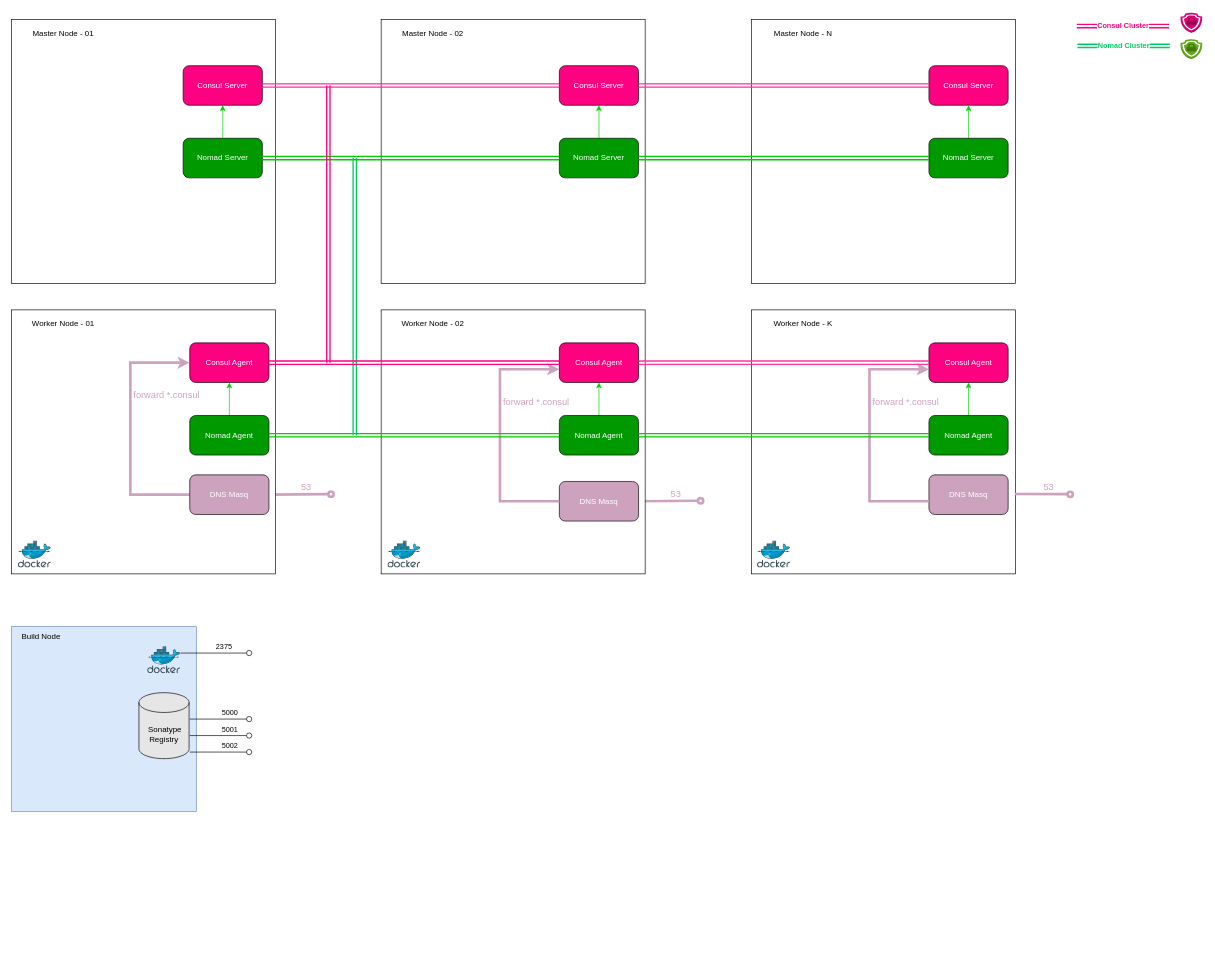
Before: docs/images/Architecture.drawio in suikast42/nomadder, a draw.io diagram. Source tidied: cells renumbered, new cells numbered last; positions are measured from the earlier drawing's top-left corner, leaving out a move shared by most shapes. Both pictures are drawn from the tidied source at 66%, with x=0, y=0 at pixel (11, 13).
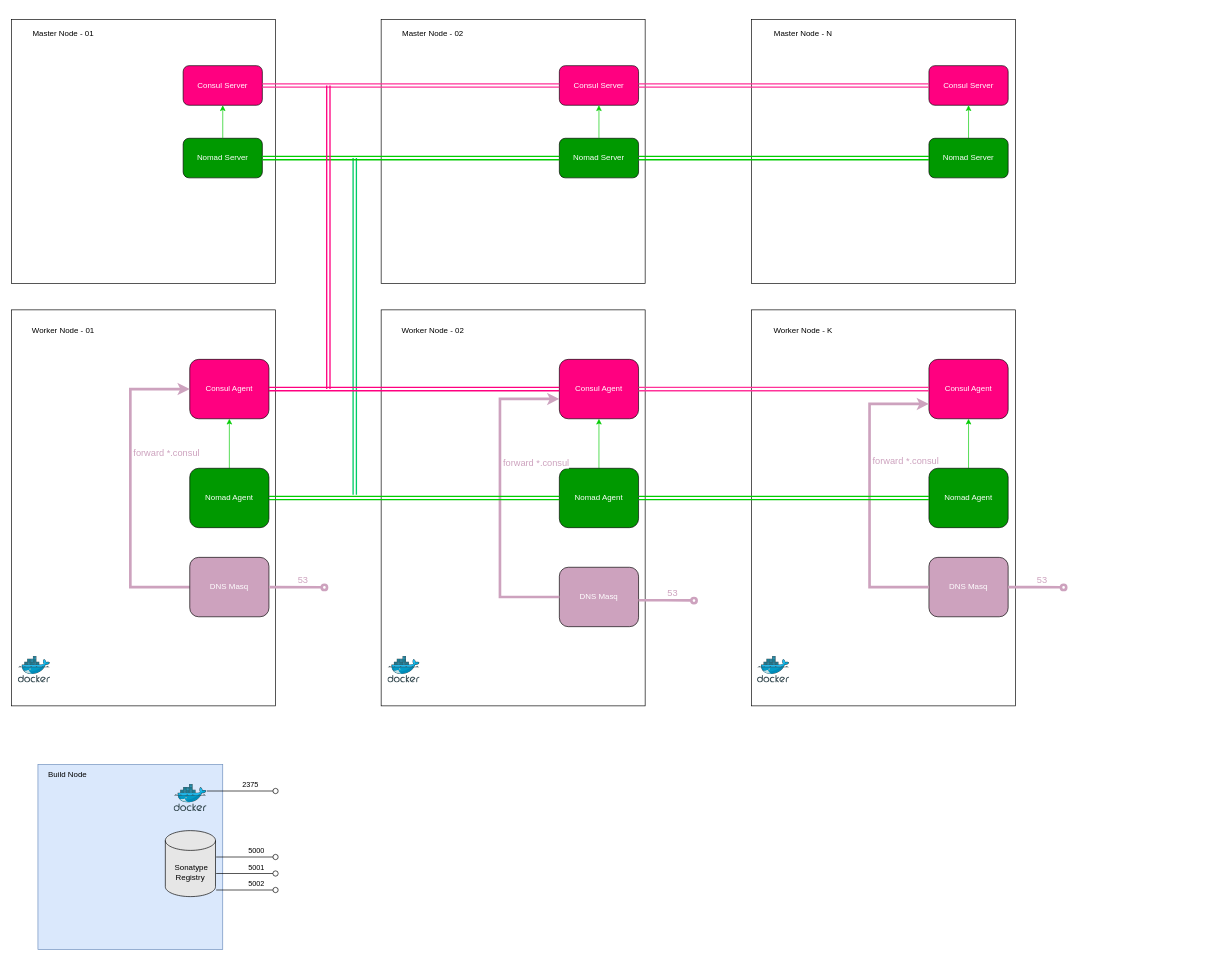
The same diagram, later.

Change to the diagram source:
```diff
@@
-    <mxCell id="2" style="group;fillColor=#E6E6E6;" parent="1" vertex="1">
-      <mxGeometry y="930" width="280" height="280" as="geometry" />
-    </mxCell>
-    <mxCell id="3" style="whiteSpace=wrap;html=1;fillColor=#dae8fc;strokeColor=#6c8ebf;" parent="2" vertex="1">
-      <mxGeometry width="280" height="280" as="geometry" />
-    </mxCell>
-    <mxCell id="4" value="Build Node" style="text;html=1;strokeColor=none;fillColor=none;align=center;verticalAlign=middle;whiteSpace=wrap;rounded=0;" parent="2" vertex="1">
-      <mxGeometry width="90" height="30" as="geometry" />
-    </mxCell>
-    <mxCell id="5" style="sketch=0;html=1;align=center;image;fontSize=12;image=img/lib/mscae/Docker.svg;labelPosition=center;verticalLabelPosition=top;verticalAlign=bottom;labelBackgroundColor=none;" parent="2" vertex="1">
-      <mxGeometry x="206" y="30" width="50" height="41" as="geometry" />
-    </mxCell>
-    <mxCell id="6" value="&lt;span style=&quot;background-color: initial;&quot;&gt;&amp;nbsp;Sonatype Registry&lt;/span&gt;" style="shape=cylinder3;whiteSpace=wrap;html=1;boundedLbl=1;backgroundOutline=1;size=15;labelBackgroundColor=none;fontColor=none;fillColor=#E6E6E6;" parent="2" vertex="1">
-      <mxGeometry x="193" y="100" width="76" height="100" as="geometry" />
-    </mxCell>
-    <mxCell id="7" value="2375" style="html=1;verticalAlign=bottom;labelBackgroundColor=none;endArrow=oval;endFill=0;endSize=8;rounded=0;fontColor=none;align=left;" parent="1" edge="1">
-      <mxGeometry relative="1" as="geometry">
-        <mxPoint x="256" y="970" as="sourcePoint" />
-        <mxPoint x="360" y="970" as="targetPoint" />
-      </mxGeometry>
-    </mxCell>
-    <mxCell id="8" value="5000" style="html=1;verticalAlign=bottom;labelBackgroundColor=none;endArrow=oval;endFill=0;endSize=8;rounded=0;fontColor=none;align=left;" parent="1" edge="1">
-      <mxGeometry x="0.05" relative="1" as="geometry">
-        <mxPoint x="270" y="1070" as="sourcePoint" />
-        <mxPoint x="360" y="1070" as="targetPoint" />
-      </mxGeometry>
-    </mxCell>
-    <mxCell id="9" value="5001" style="html=1;verticalAlign=bottom;labelBackgroundColor=none;endArrow=oval;endFill=0;endSize=8;rounded=0;fontColor=none;align=left;" parent="1" edge="1">
-      <mxGeometry x="0.05" relative="1" as="geometry">
-        <mxPoint x="270" y="1095" as="sourcePoint" />
-        <mxPoint x="360" y="1095" as="targetPoint" />
-      </mxGeometry>
-    </mxCell>
-    <mxCell id="10" value="5002" style="html=1;verticalAlign=bottom;labelBackgroundColor=none;endArrow=oval;endFill=0;endSize=8;rounded=0;fontColor=none;align=left;" parent="1" edge="1">
-      <mxGeometry x="0.05" relative="1" as="geometry">
-        <mxPoint x="270" y="1120" as="sourcePoint" />
-        <mxPoint x="360" y="1120" as="targetPoint" />
-      </mxGeometry>
-    </mxCell>
-    <mxCell id="11" style="group;" parent="1" vertex="1">
-      <mxGeometry x="80" y="330" width="1724" height="690" as="geometry" />
-    </mxCell>
-    <mxCell id="12" style="group;" parent="11" vertex="1">
-      <mxGeometry x="1534" y="-330" width="190" height="70" as="geometry" />
-    </mxCell>
-    <mxCell id="13" value="&lt;b&gt;Consul Cluster&lt;/b&gt;" style="endArrow=classic;startArrow=classic;html=1;rounded=0;strokeColor=#FF0080;strokeWidth=2;fontColor=#FF0080;shape=link;" parent="12" edge="1">
-      <mxGeometry relative="1" as="geometry">
-        <mxPoint y="20" as="sourcePoint" />
-        <mxPoint x="140" y="20" as="targetPoint" />
-      </mxGeometry>
-    </mxCell>
-    <mxCell id="14" value="&lt;b&gt;Nomad Cluster&lt;/b&gt;" style="endArrow=classic;startArrow=classic;html=1;rounded=0;strokeColor=#00CC66;strokeWidth=2;fontColor=#00CC66;shape=link;" parent="12" edge="1">
-      <mxGeometry relative="1" as="geometry">
-        <mxPoint x="1" y="50" as="sourcePoint" />
-        <mxPoint x="141" y="50" as="targetPoint" />
-      </mxGeometry>
-    </mxCell>
-    <mxCell id="15" style="dashed=0;verticalLabelPosition=bottom;verticalAlign=top;align=center;html=1;shape=mxgraph.aws3.ssl_padlock;labelBackgroundColor=none;strokeWidth=5;fillColor=#d80073;strokeColor=#A50040;fontColor=#ffffff;" parent="12" vertex="1">
-      <mxGeometry x="157" width="33" height="30" as="geometry" />
-    </mxCell>
-    <mxCell id="16" style="dashed=0;verticalLabelPosition=bottom;verticalAlign=top;align=center;html=1;shape=mxgraph.aws3.ssl_padlock;fillColor=#60a917;labelBackgroundColor=#FFFFCC;strokeColor=#2D7600;strokeWidth=5;fontColor=#ffffff;" parent="12" vertex="1">
-      <mxGeometry x="157" y="40" width="33" height="30" as="geometry" />
-    </mxCell>
-    <mxCell id="17" value="53" style="html=1;verticalAlign=bottom;labelBackgroundColor=none;endArrow=oval;endFill=0;endSize=8;rounded=0;fontColor=#CDA2BE;align=left;exitX=1;exitY=0.5;exitDx=0;exitDy=0;strokeColor=#CDA2BE;strokeWidth=4;fontSize=14;" parent="11" edge="1" source="28">
-      <mxGeometry relative="1" as="geometry">
-        <mxPoint x="404" y="399.2" as="targetPoint" />
-      </mxGeometry>
-    </mxCell>
-    <mxCell id="18" value="53" style="html=1;verticalAlign=bottom;labelBackgroundColor=none;endArrow=oval;endFill=0;endSize=8;rounded=0;fontColor=#CDA2BE;align=left;exitX=1;exitY=0.5;exitDx=0;exitDy=0;strokeColor=#CDA2BE;strokeWidth=4;fontSize=14;" parent="11" edge="1">
-      <mxGeometry relative="1" as="geometry">
-        <mxPoint x="870" y="410" as="sourcePoint" />
-        <mxPoint x="964" y="409.2" as="targetPoint" />
-      </mxGeometry>
-    </mxCell>
     <mxCell id="19" style="group;labelBackgroundColor=none;fillColor=none;" parent="1" vertex="1">
-      <mxGeometry y="450" width="400" height="400" as="geometry" />
+      <mxGeometry y="450" width="400" height="600" as="geometry" />
     </mxCell>
     <mxCell id="20" style="whiteSpace=wrap;html=1;" parent="19" vertex="1">
-      <mxGeometry width="400" height="400" as="geometry" />
+      <mxGeometry width="400" height="600" as="geometry" />
     </mxCell>
     <mxCell id="21" value="Worker Node - 01" style="text;html=1;strokeColor=none;fillColor=none;align=center;verticalAlign=middle;whiteSpace=wrap;rounded=0;" parent="19" vertex="1">
-      <mxGeometry width="157.1" height="42.9" as="geometry" />
+      <mxGeometry width="157.1" height="64.3" as="geometry" />
     </mxCell>
     <mxCell id="22" style="sketch=0;html=1;align=center;image;fontSize=12;image=img/lib/mscae/Docker.svg;labelPosition=center;verticalLabelPosition=top;verticalAlign=bottom;labelBackgroundColor=none;" parent="19" vertex="1">
-      <mxGeometry x="10" y="350" width="50" height="41" as="geometry" />
+      <mxGeometry x="10" y="525" width="48.8" height="40" as="geometry" />
     </mxCell>
     <mxCell id="23" value="Consul Agent" style="rounded=1;whiteSpace=wrap;html=1;labelBackgroundColor=none;fontColor=#FFFFFF;fillColor=#FF0080;" parent="19" vertex="1">
-      <mxGeometry x="270" y="50" width="120" height="60" as="geometry" />
+      <mxGeometry x="270" y="75" width="120" height="90" as="geometry" />
     </mxCell>
@@
     <mxCell id="25" value="Nomad Agent" style="rounded=1;whiteSpace=wrap;html=1;labelBackgroundColor=none;fontColor=#FFFFFF;fillColor=#009900;" parent="19" vertex="1">
-      <mxGeometry x="270" y="160" width="120" height="60" as="geometry" />
+      <mxGeometry x="270" y="240" width="120" height="90" as="geometry" />
     </mxCell>
     <mxCell id="26" style="edgeStyle=orthogonalEdgeStyle;rounded=0;jettySize=auto;html=1;entryX=0;entryY=0.5;entryDx=0;entryDy=0;labelBackgroundColor=default;strokeColor=#CDA2BE;strokeWidth=4;fontColor=#CDA2BE;" parent="19" edge="1" source="28" target="23">
       <mxGeometry relative="1" as="geometry">
         <Array as="points">
-          <mxPoint x="180" y="280" />
-          <mxPoint x="180" y="80" />
+          <mxPoint x="180" y="420" />
+          <mxPoint x="180" y="120" />
         </Array>
       </mxGeometry>
     </mxCell>
@@
     <mxCell id="28" value="DNS Masq" style="rounded=1;whiteSpace=wrap;html=1;labelBackgroundColor=none;fontColor=#FFFFFF;fillColor=#CDA2BE;" parent="19" vertex="1">
-      <mxGeometry x="270" y="250" width="120" height="60" as="geometry" />
+      <mxGeometry x="270" y="375" width="120" height="90" as="geometry" />
     </mxCell>
@@
     <mxCell id="41" style="group;" parent="1" vertex="1">
-      <mxGeometry x="560" y="450" width="400" height="400" as="geometry" />
+      <mxGeometry x="560" y="450" width="400" height="600" as="geometry" />
     </mxCell>
     <mxCell id="42" style="whiteSpace=wrap;html=1;" parent="41" vertex="1">
-      <mxGeometry width="400" height="400" as="geometry" />
+      <mxGeometry width="400" height="600" as="geometry" />
     </mxCell>
     <mxCell id="43" value="Worker Node - 02" style="text;html=1;strokeColor=none;fillColor=none;align=center;verticalAlign=middle;whiteSpace=wrap;rounded=0;" parent="41" vertex="1">
-      <mxGeometry width="157.1" height="42.9" as="geometry" />
+      <mxGeometry width="157.1" height="64.3" as="geometry" />
     </mxCell>
     <mxCell id="44" style="sketch=0;html=1;align=center;image;fontSize=12;image=img/lib/mscae/Docker.svg;labelPosition=center;verticalLabelPosition=top;verticalAlign=bottom;labelBackgroundColor=none;" parent="41" vertex="1">
-      <mxGeometry x="10" y="350" width="50" height="41" as="geometry" />
+      <mxGeometry x="10" y="525" width="48.8" height="40" as="geometry" />
     </mxCell>
     <mxCell id="45" value="Consul Agent" style="rounded=1;whiteSpace=wrap;html=1;labelBackgroundColor=none;fontColor=#FFFFFF;fillColor=#FF0080;" parent="41" vertex="1">
-      <mxGeometry x="270" y="50" width="120" height="60" as="geometry" />
+      <mxGeometry x="270" y="75" width="120" height="90" as="geometry" />
     </mxCell>
@@
     <mxCell id="47" value="Nomad Agent" style="rounded=1;whiteSpace=wrap;html=1;labelBackgroundColor=none;fontColor=#FFFFFF;fillColor=#009900;" parent="41" vertex="1">
-      <mxGeometry x="270" y="160" width="120" height="60" as="geometry" />
+      <mxGeometry x="270" y="240" width="120" height="90" as="geometry" />
     </mxCell>
     <mxCell id="48" value="DNS Masq" style="rounded=1;whiteSpace=wrap;html=1;labelBackgroundColor=none;fontColor=#FFFFFF;fillColor=#CDA2BE;" parent="41" vertex="1">
-      <mxGeometry x="270" y="260" width="120" height="60" as="geometry" />
+      <mxGeometry x="270" y="390" width="120" height="90" as="geometry" />
     </mxCell>
     <mxCell id="49" style="edgeStyle=orthogonalEdgeStyle;rounded=0;orthogonalLoop=1;jettySize=auto;html=1;entryX=0;entryY=0.5;entryDx=0;entryDy=0;labelBackgroundColor=default;strokeColor=#CDA2BE;strokeWidth=4;fontColor=#CDA2BE;" parent="41" edge="1">
       <mxGeometry relative="1" as="geometry">
-        <mxPoint x="270" y="290" as="sourcePoint" />
-        <mxPoint x="270" y="90" as="targetPoint" />
+        <mxPoint x="270" y="435.1" as="sourcePoint" />
+        <mxPoint x="270" y="134.9" as="targetPoint" />
         <Array as="points">
-          <mxPoint x="180" y="290" />
-          <mxPoint x="180" y="90" />
+          <mxPoint x="180" y="434.9" />
+          <mxPoint x="180" y="134.9" />
         </Array>
       </mxGeometry>
     </mxCell>
@@
     <mxCell id="51" style="group;fontSize=14;fontColor=#CDA2BE;" parent="1" vertex="1">
-      <mxGeometry x="1121" y="450" width="400" height="400" as="geometry" />
+      <mxGeometry x="1121" y="450" width="400" height="600" as="geometry" />
     </mxCell>
     <mxCell id="52" style="whiteSpace=wrap;html=1;" parent="51" vertex="1">
-      <mxGeometry width="400" height="400" as="geometry" />
+      <mxGeometry width="400" height="600" as="geometry" />
     </mxCell>
     <mxCell id="53" value="Worker Node - K" style="text;html=1;strokeColor=none;fillColor=none;align=center;verticalAlign=middle;whiteSpace=wrap;rounded=0;" parent="51" vertex="1">
-      <mxGeometry width="157.1" height="42.9" as="geometry" />
+      <mxGeometry width="157.1" height="64.3" as="geometry" />
     </mxCell>
     <mxCell id="54" style="sketch=0;html=1;align=center;image;fontSize=12;image=img/lib/mscae/Docker.svg;labelPosition=center;verticalLabelPosition=top;verticalAlign=bottom;labelBackgroundColor=none;" parent="51" vertex="1">
-      <mxGeometry x="9" y="350" width="50" height="41" as="geometry" />
+      <mxGeometry x="9" y="525" width="48.8" height="40" as="geometry" />
     </mxCell>
     <mxCell id="55" value="Consul Agent" style="rounded=1;whiteSpace=wrap;html=1;labelBackgroundColor=none;fontColor=#FFFFFF;fillColor=#FF0080;" parent="51" vertex="1">
-      <mxGeometry x="269" y="50" width="120" height="60" as="geometry" />
+      <mxGeometry x="269" y="75" width="120" height="90" as="geometry" />
     </mxCell>
@@
     <mxCell id="57" value="Nomad Agent" style="rounded=1;whiteSpace=wrap;html=1;labelBackgroundColor=none;fontColor=#FFFFFF;fillColor=#009900;" parent="51" vertex="1">
-      <mxGeometry x="269" y="160" width="120" height="60" as="geometry" />
+      <mxGeometry x="269" y="240" width="120" height="90" as="geometry" />
     </mxCell>
     <mxCell id="58" value="DNS Masq" style="rounded=1;whiteSpace=wrap;html=1;labelBackgroundColor=none;fontColor=#FFFFFF;fillColor=#CDA2BE;" parent="51" vertex="1">
-      <mxGeometry x="269" y="250" width="120" height="60" as="geometry" />
+      <mxGeometry x="269" y="375" width="120" height="90" as="geometry" />
     </mxCell>
-    <mxCell id="59" value="53" style="html=1;verticalAlign=bottom;labelBackgroundColor=none;endArrow=oval;endFill=0;endSize=8;rounded=0;fontColor=#CDA2BE;align=left;strokeColor=#CDA2BE;strokeWidth=4;fontSize=14;" parent="51" edge="1">
-      <mxGeometry relative="1" as="geometry">
-        <mxPoint x="399" y="279" as="sourcePoint" />
-        <mxPoint x="483" y="279.5" as="targetPoint" />
-        <Array as="points">
-          <mxPoint x="479" y="279.2" />
-        </Array>
-      </mxGeometry>
-    </mxCell>
-    <mxCell id="60" style="edgeStyle=orthogonalEdgeStyle;rounded=0;orthogonalLoop=1;jettySize=auto;html=1;labelBackgroundColor=default;strokeColor=#CDA2BE;strokeWidth=4;fontColor=#CDA2BE;" parent="51" edge="1">
+    <mxCell id="60" style="edgeStyle=orthogonalEdgeStyle;rounded=0;jettySize=auto;html=1;labelBackgroundColor=default;strokeColor=#CDA2BE;strokeWidth=4;fontColor=#CDA2BE;entryX=0;entryY=0.75;entryDx=0;entryDy=0;" parent="51" edge="1" target="55">
       <mxGeometry relative="1" as="geometry">
-        <mxPoint x="268.9" y="290" as="sourcePoint" />
-        <mxPoint x="269" y="90" as="targetPoint" />
+        <mxPoint x="268.9" y="420.1" as="sourcePoint" />
         <Array as="points">
-          <mxPoint x="178.9" y="289.9" />
-          <mxPoint x="178.9" y="89.9" />
+          <mxPoint x="179" y="420" />
+          <mxPoint x="179" y="143" />
         </Array>
       </mxGeometry>
     </mxCell>
@@
     <mxCell id="72" style="endArrow=classic;startArrow=classic;html=1;rounded=0;strokeColor=#00CC66;strokeWidth=2;fontColor=#00CC00;shape=link;" parent="1" edge="1">
       <mxGeometry relative="1" as="geometry">
-        <mxPoint x="520" y="640" as="sourcePoint" />
+        <mxPoint x="520" y="730" as="sourcePoint" />
         <mxPoint x="520" y="220" as="targetPoint" />
       </mxGeometry>
     </mxCell>
@@
     <mxCell id="76" style="endArrow=classic;startArrow=classic;html=1;rounded=0;strokeColor=#FF0080;strokeWidth=2;fontColor=#00CC00;shape=link;" parent="1" edge="1">
       <mxGeometry relative="1" as="geometry">
-        <mxPoint x="480" y="530" as="sourcePoint" />
+        <mxPoint x="480" y="570" as="sourcePoint" />
         <mxPoint x="480" y="110" as="targetPoint" />
       </mxGeometry>
     </mxCell>
+    <mxCell id="77" style="group;" parent="1" vertex="1">
+      <mxGeometry x="40" y="1139" width="360" height="280" as="geometry" />
+    </mxCell>
+    <mxCell id="2" style="group;fillColor=#E6E6E6;" parent="77" vertex="1">
+      <mxGeometry width="280" height="280" as="geometry" />
+    </mxCell>
+    <mxCell id="3" style="whiteSpace=wrap;html=1;fillColor=#dae8fc;strokeColor=#6c8ebf;" parent="2" vertex="1">
+      <mxGeometry width="280" height="280" as="geometry" />
+    </mxCell>
+    <mxCell id="4" value="Build Node" style="text;html=1;strokeColor=none;fillColor=none;align=center;verticalAlign=middle;whiteSpace=wrap;rounded=0;" parent="2" vertex="1">
+      <mxGeometry width="90" height="30" as="geometry" />
+    </mxCell>
+    <mxCell id="5" style="sketch=0;html=1;align=center;image;fontSize=12;image=img/lib/mscae/Docker.svg;labelPosition=center;verticalLabelPosition=top;verticalAlign=bottom;labelBackgroundColor=none;" parent="2" vertex="1">
+      <mxGeometry x="206" y="30" width="50" height="41" as="geometry" />
+    </mxCell>
+    <mxCell id="6" value="&lt;span style=&quot;background-color: initial;&quot;&gt;&amp;nbsp;Sonatype Registry&lt;/span&gt;" style="shape=cylinder3;whiteSpace=wrap;html=1;boundedLbl=1;backgroundOutline=1;size=15;labelBackgroundColor=none;fontColor=none;fillColor=#E6E6E6;" parent="2" vertex="1">
+      <mxGeometry x="193" y="100" width="76" height="100" as="geometry" />
+    </mxCell>
+    <mxCell id="7" value="2375" style="html=1;verticalAlign=bottom;labelBackgroundColor=none;endArrow=oval;endFill=0;endSize=8;rounded=0;fontColor=none;align=left;" parent="77" edge="1">
+      <mxGeometry relative="1" as="geometry">
+        <mxPoint x="256" y="40" as="sourcePoint" />
+        <mxPoint x="360" y="40" as="targetPoint" />
+      </mxGeometry>
+    </mxCell>
+    <mxCell id="8" value="5000" style="html=1;verticalAlign=bottom;labelBackgroundColor=none;endArrow=oval;endFill=0;endSize=8;rounded=0;fontColor=none;align=left;" parent="77" edge="1">
+      <mxGeometry x="0.05" relative="1" as="geometry">
+        <mxPoint x="270" y="140" as="sourcePoint" />
+        <mxPoint x="360" y="140" as="targetPoint" />
+      </mxGeometry>
+    </mxCell>
+    <mxCell id="9" value="5001" style="html=1;verticalAlign=bottom;labelBackgroundColor=none;endArrow=oval;endFill=0;endSize=8;rounded=0;fontColor=none;align=left;" parent="77" edge="1">
+      <mxGeometry x="0.05" relative="1" as="geometry">
+        <mxPoint x="270" y="165" as="sourcePoint" />
+        <mxPoint x="360" y="165" as="targetPoint" />
+      </mxGeometry>
+    </mxCell>
+    <mxCell id="10" value="5002" style="html=1;verticalAlign=bottom;labelBackgroundColor=none;endArrow=oval;endFill=0;endSize=8;rounded=0;fontColor=none;align=left;" parent="77" edge="1">
+      <mxGeometry x="0.05" relative="1" as="geometry">
+        <mxPoint x="270" y="190" as="sourcePoint" />
+        <mxPoint x="360" y="190" as="targetPoint" />
+      </mxGeometry>
+    </mxCell>
+    <mxCell id="78" value="53" style="html=1;verticalAlign=bottom;labelBackgroundColor=none;endArrow=oval;endFill=0;endSize=8;rounded=0;fontColor=#CDA2BE;align=left;strokeColor=#CDA2BE;strokeWidth=4;fontSize=14;" parent="1" edge="1">
+      <mxGeometry relative="1" as="geometry">
+        <mxPoint x="950" y="890" as="sourcePoint" />
+        <mxPoint x="1034" y="890.5" as="targetPoint" />
+        <Array as="points">
+          <mxPoint x="990" y="890" />
+          <mxPoint x="1030" y="890.2" />
+        </Array>
+      </mxGeometry>
+    </mxCell>
+    <mxCell id="79" value="53" style="html=1;verticalAlign=bottom;labelBackgroundColor=none;endArrow=oval;endFill=0;endSize=8;rounded=0;fontColor=#CDA2BE;align=left;strokeColor=#CDA2BE;strokeWidth=4;fontSize=14;" parent="1" edge="1">
+      <mxGeometry relative="1" as="geometry">
+        <mxPoint x="390" y="870" as="sourcePoint" />
+        <mxPoint x="474" y="870.5" as="targetPoint" />
+        <Array as="points">
+          <mxPoint x="470" y="870.2" />
+        </Array>
+      </mxGeometry>
+    </mxCell>
+    <mxCell id="80" value="53" style="html=1;verticalAlign=bottom;labelBackgroundColor=none;endArrow=oval;endFill=0;endSize=8;rounded=0;fontColor=#CDA2BE;align=left;strokeColor=#CDA2BE;strokeWidth=4;fontSize=14;" parent="1" edge="1">
+      <mxGeometry relative="1" as="geometry">
+        <mxPoint x="1510" y="870" as="sourcePoint" />
+        <mxPoint x="1594" y="870.5" as="targetPoint" />
+        <Array as="points">
+          <mxPoint x="1550" y="870" />
+          <mxPoint x="1590" y="870.2" />
+        </Array>
+      </mxGeometry>
+    </mxCell>
```
